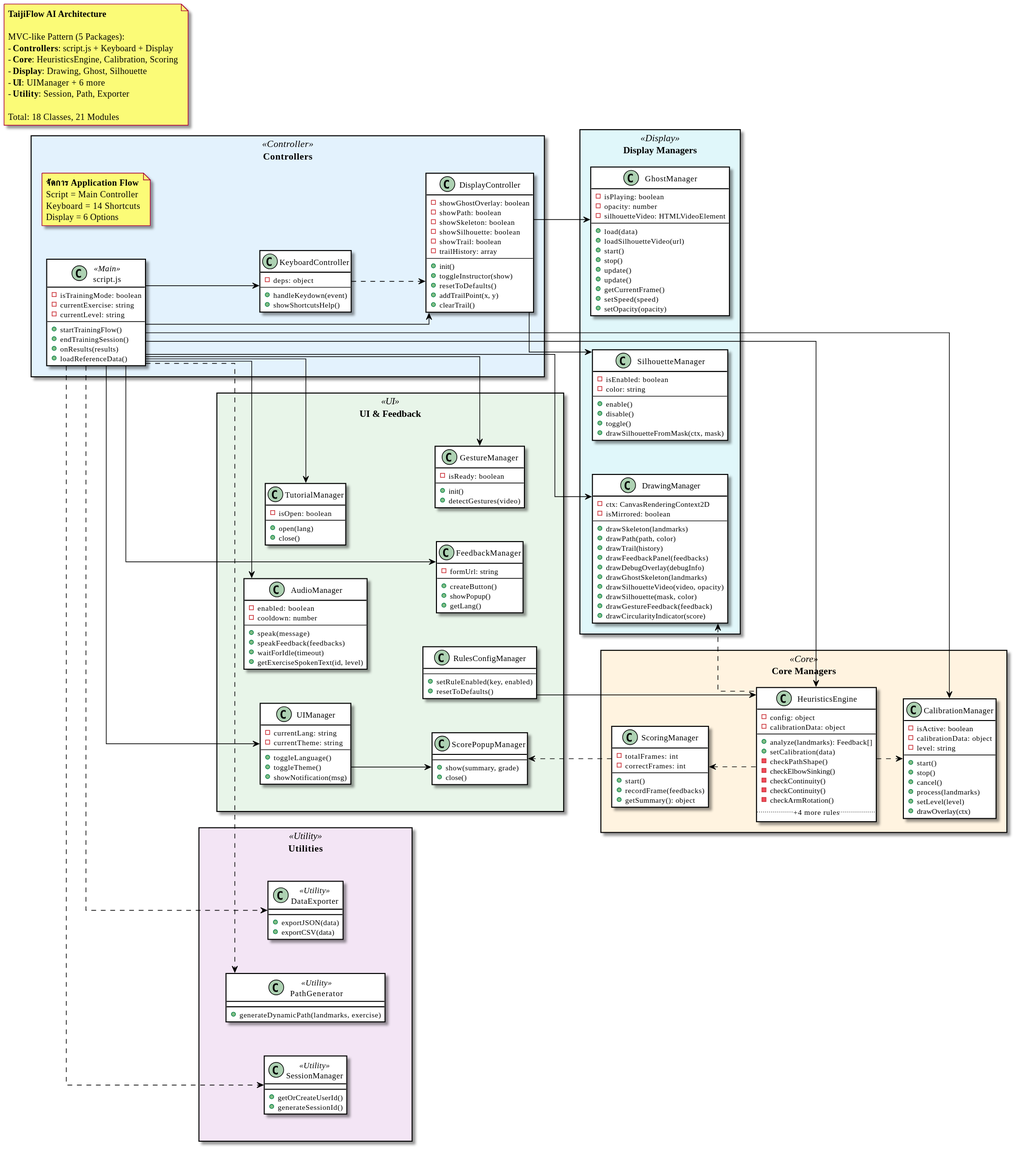
Before: out/docs/diagrams/ClassDiagram/TaijiFlow_Class_Diagram.svg, a diagram exported from PlantUML (vyut/TaijiFlow).
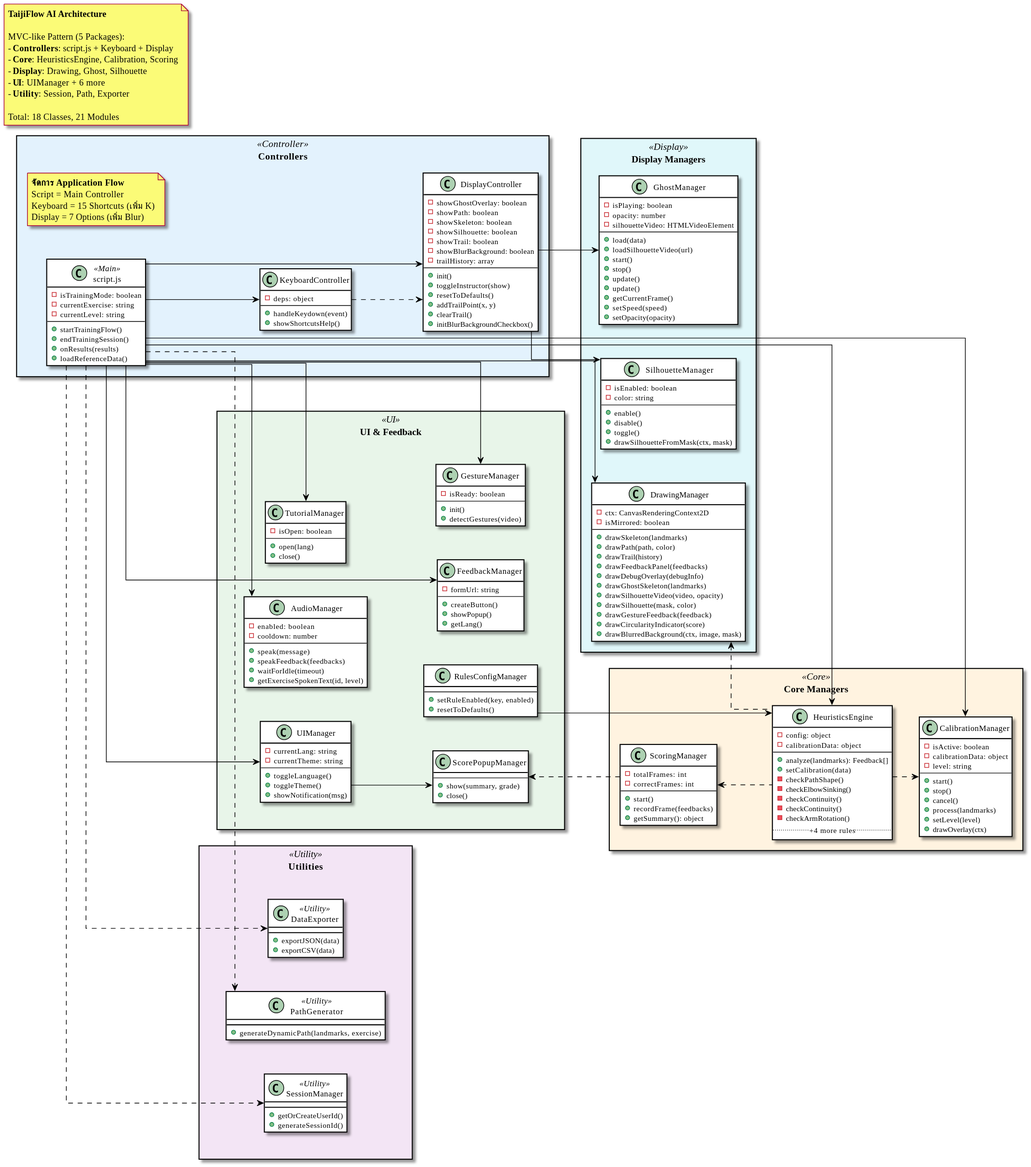
The same diagram one commit later.

Change to the diagram source:
```diff
@@ -47,6 +47,7 @@
         - showSkeleton: boolean
         - showSilhouette: boolean
         - showTrail: boolean
+        - showBlurBackground: boolean
         - trailHistory: array
         --
         + init()
@@ -54,13 +55,14 @@
         + resetToDefaults()
         + addTrailPoint(x, y)
         + clearTrail()
+        + initBlurBackgroundCheckbox()
     }
 
     note as NC
         **จัดการ Application Flow**
         Script = Main Controller
-        Keyboard = 14 Shortcuts
-        Display = 6 Options
+        Keyboard = 15 Shortcuts (เพิ่ม K)
+        Display = 7 Options (เพิ่ม Blur)
     end note
 }
 
@@ -119,6 +121,7 @@
         + drawSilhouette(mask, color)
         + drawGestureFeedback(feedback)
         + drawCircularityIndicator(score)
+        + drawBlurredBackground(ctx, image, mask)
     }
 
     class GhostManager {
```
